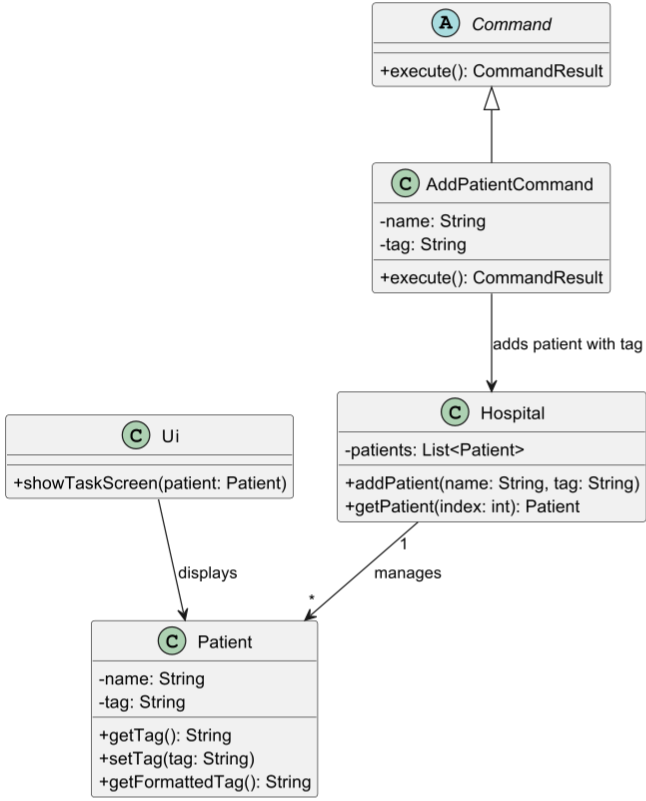
The PlantUML diagram docs/images/TagPatientClassDiagram.png in nus-cs2113-AY2425S1/tp, before a commit. Its source is kept beside it as docs/diagrams/TagPatientClassDiagram.puml.
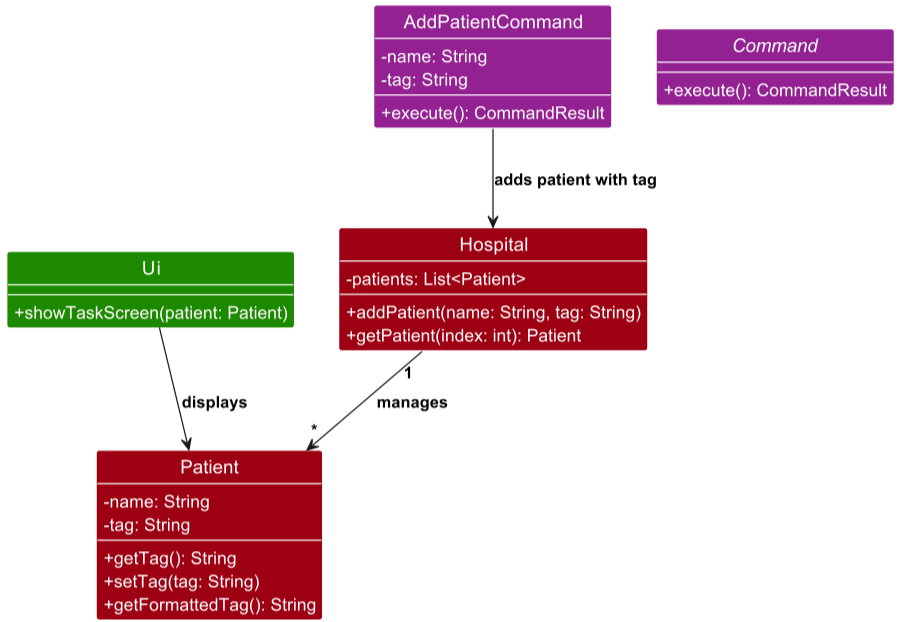
The same diagram one commit later.

Diff of the diagram source:
```diff
@@ -1,18 +1,20 @@
 @startuml
+
+!include style.puml
 
 skinparam classAttributeIconSize 0
 
-class Ui {
+class Ui UI_COLOR {
     + showTaskScreen(patient: Patient)
 }
 
-class Hospital {
+class Hospital MODEL_COLOR {
     - patients: List<Patient>
     + addPatient(name: String, tag: String)
     + getPatient(index: int): Patient
 }
 
-class Patient {
+class Patient MODEL_COLOR {
     - name: String
     - tag: String
     + getTag(): String
@@ -20,11 +22,11 @@
     + getFormattedTag(): String
 }
 
-abstract class Command {
+abstract class Command COMMAND_COLOR {
     + execute(): CommandResult
 }
 
-class AddPatientCommand extends Command {
+class AddPatientCommand COMMAND_COLOR {
     - name: String
     - tag: String
     + execute(): CommandResult
```
